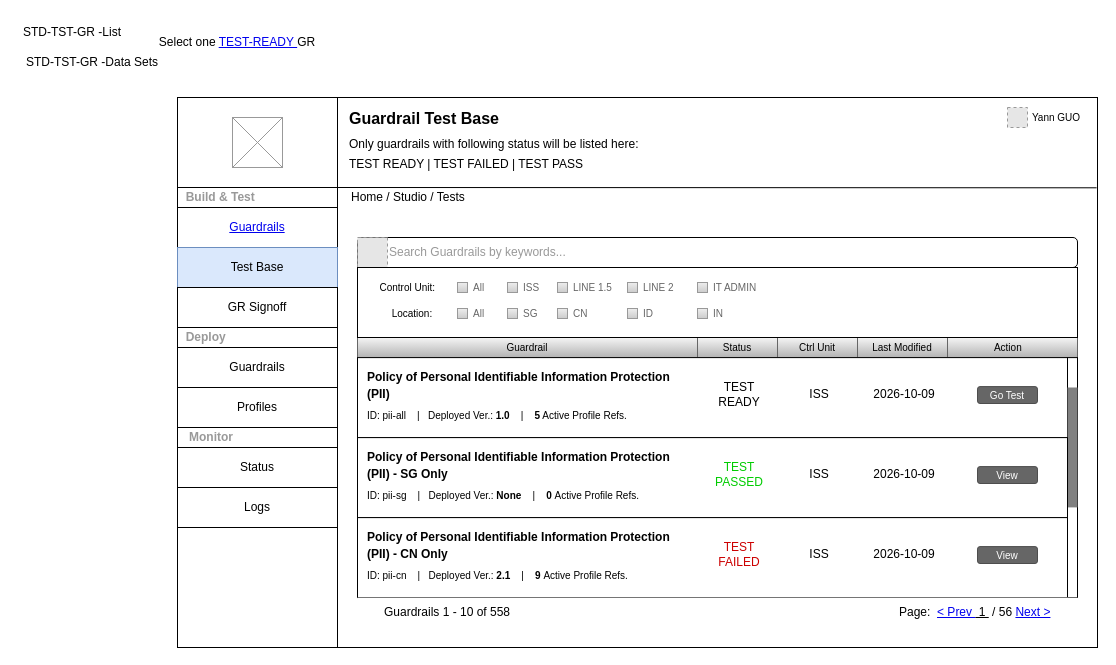
Earlier version of the draw.io diagram page "ST-TST-GR-Index" (5 of 13) of NMGR.drawio (thinker-g/fx-drive). Source tidied: cells renumbered, new cells numbered last; positions are measured from the earlier drawing's top-left corner, leaving out a move shared by most shapes. Both pictures are drawn from the tidied source at 100%, with x=0, y=0 at pixel (17, 17). Pictures stored in the file or linked from it are replaced by grey dashed boxes.
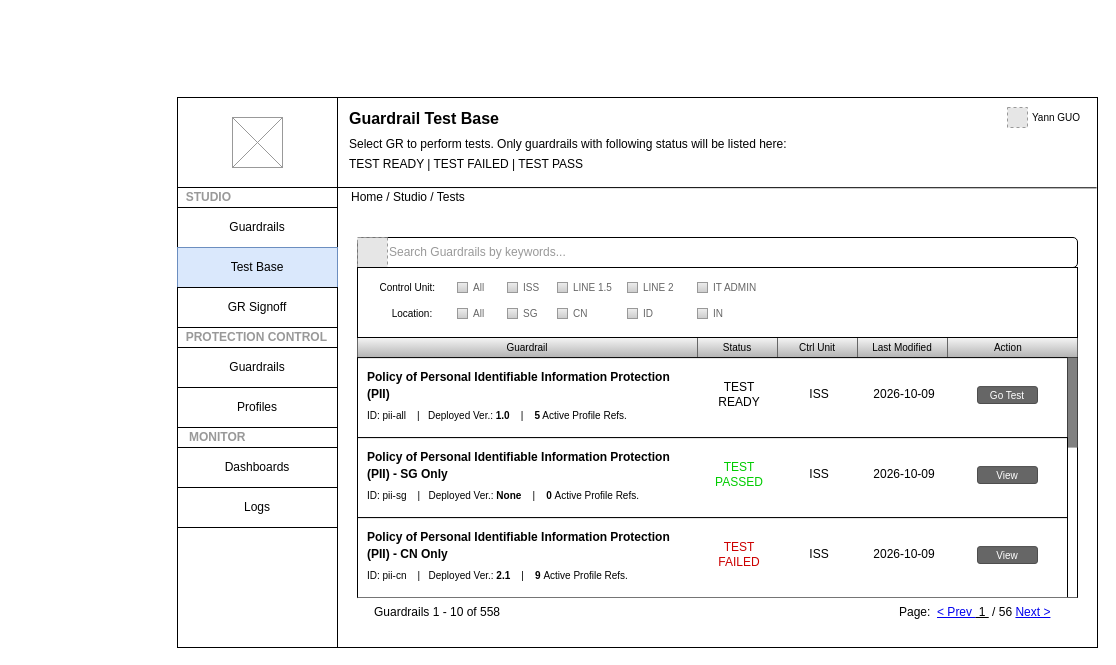
The same diagram, later.

The change refers to these unchanged cells:
```xml
<mxCell id="29" style="group;" parent="1" vertex="1">
  <mxGeometry x="1050" y="340.1" width="10" height="239.9" as="geometry" />
</mxCell>
<mxCell id="46" style="group;" parent="1" vertex="1">
  <mxGeometry x="340" y="580.1" width="720" height="30" as="geometry" />
</mxCell>
```

Change to the diagram source:
```diff
@@
-    <mxCell id="2" value="STD-TST-GR -List" style="text;html=1;whiteSpace=wrap;strokeColor=none;fillColor=none;align=center;verticalAlign=middle;rounded=0;" parent="1" vertex="1">
-      <mxGeometry width="110" height="30" as="geometry" />
-    </mxCell>
-    <mxCell id="3" value="STD-TST-GR -Data Sets" style="text;html=1;whiteSpace=wrap;strokeColor=none;fillColor=none;align=center;verticalAlign=middle;rounded=0;" parent="1" vertex="1">
-      <mxGeometry y="30" width="150" height="30" as="geometry" />
-    </mxCell>
-    <mxCell id="4" value="Select one &lt;a href=&quot;data:page/id,MXs0ikLL5w5tmCtV6gTD&quot;&gt;TEST-READY &lt;/a&gt;GR" style="text;html=1;whiteSpace=wrap;strokeColor=none;fillColor=none;align=center;verticalAlign=middle;rounded=0;" parent="1" vertex="1">
-      <mxGeometry x="140" y="10" width="160" height="30" as="geometry" />
-    </mxCell>
@@
-    <mxCell id="8" value="&lt;h1 style=&quot;margin-top: 0px; margin-bottom: 0px;&quot;&gt;&lt;span style=&quot;font-size: 16px;&quot;&gt;Guardrail Test Base&lt;/span&gt;&lt;/h1&gt;&lt;p style=&quot;margin-bottom: 6px; margin-top: 6px;&quot;&gt;Only guardrails with following status will be listed here:&lt;/p&gt;&lt;p style=&quot;margin-bottom: 6px; margin-top: 6px;&quot;&gt;TEST READY | TEST FAILED | TEST PASS&lt;/p&gt;" style="text;html=1;whiteSpace=wrap;overflow=hidden;rounded=0;spacing=0;spacingLeft=12;" parent="1" vertex="1">
+    <mxCell id="8" value="&lt;h1 style=&quot;margin-top: 0px; margin-bottom: 0px;&quot;&gt;&lt;span style=&quot;font-size: 16px;&quot;&gt;Guardrail Test Base&lt;/span&gt;&lt;/h1&gt;&lt;p style=&quot;margin-bottom: 6px; margin-top: 6px;&quot;&gt;Select GR to perform tests. Only guardrails with following status will be listed here:&lt;/p&gt;&lt;p style=&quot;margin-bottom: 6px; margin-top: 6px;&quot;&gt;TEST READY | TEST FAILED | TEST PASS&lt;/p&gt;" style="text;html=1;whiteSpace=wrap;overflow=hidden;rounded=0;spacing=0;spacingLeft=12;" parent="1" vertex="1">
       <mxGeometry x="320" y="80" width="760" height="90" as="geometry" />
     </mxCell>
@@
     <mxCell id="31" style="rounded=0;whiteSpace=wrap;html=1;strokeColor=none;fillStyle=auto;gradientColor=none;gradientDirection=radial;fillColor=light-dark(#808080,#999999);" parent="29" vertex="1">
-      <mxGeometry y="29.9" width="10" height="119.9" as="geometry" />
+      <mxGeometry width="10" height="90" as="geometry" />
     </mxCell>
@@
     <mxCell id="49" value="&lt;div style=&quot;&quot;&gt;&lt;span style=&quot;background-color: transparent; color: light-dark(rgb(0, 0, 0), rgb(255, 255, 255));&quot;&gt;Guardrails 1 - 10 of 558&lt;/span&gt;&lt;/div&gt;" style="text;whiteSpace=wrap;html=1;verticalAlign=middle;align=center;" parent="46" vertex="1">
-      <mxGeometry width="180" height="30" as="geometry" />
+      <mxGeometry width="160" height="30" as="geometry" />
     </mxCell>
@@
-    <mxCell id="64" value="&amp;nbsp; &amp;nbsp;Monitor" style="rounded=0;whiteSpace=wrap;html=1;align=left;fontColor=#999999;fontStyle=1;" parent="1" vertex="1">
-      <mxGeometry x="160" y="410" width="160" height="20" as="geometry" />
-    </mxCell>
-    <mxCell id="65" value="&amp;nbsp; Deploy" style="rounded=0;whiteSpace=wrap;html=1;align=left;fontColor=#999999;fontStyle=1;" parent="1" vertex="1">
-      <mxGeometry x="160" y="310" width="160" height="20" as="geometry" />
-    </mxCell>
-    <mxCell id="66" value="&amp;nbsp; Build &amp;amp; Test" style="rounded=0;whiteSpace=wrap;html=1;align=left;fontColor=#999999;fontStyle=1;" parent="1" vertex="1">
-      <mxGeometry x="160" y="170" width="160" height="20" as="geometry" />
-    </mxCell>
+    <mxCell id="74" value="Home / Studio / Tests" style="fillColor=none;strokeColor=none;html=1;fontColor=#000000;align=left;verticalAlign=middle;whiteSpace=wrap;fontSize=12;fontStyle=0;spacingLeft=12;" parent="1" vertex="1">
+      <mxGeometry x="320" y="170" width="360" height="20" as="geometry" />
+    </mxCell>
+    <mxCell id="75" value="&amp;nbsp; &amp;nbsp;MONITOR" style="rounded=0;whiteSpace=wrap;html=1;align=left;fontColor=#999999;fontStyle=1;" parent="1" vertex="1">
+      <mxGeometry x="160" y="410" width="160" height="20" as="geometry" />
+    </mxCell>
+    <mxCell id="76" value="&amp;nbsp; PROTECTION CONTROL" style="rounded=0;whiteSpace=wrap;html=1;align=left;fontColor=#999999;fontStyle=1;" parent="1" vertex="1">
+      <mxGeometry x="160" y="310" width="160" height="20" as="geometry" />
+    </mxCell>
+    <mxCell id="77" value="&amp;nbsp; STUDIO" style="rounded=0;whiteSpace=wrap;html=1;align=left;fontColor=#999999;fontStyle=1;" parent="1" vertex="1">
+      <mxGeometry x="160" y="170" width="160" height="20" as="geometry" />
+    </mxCell>
-    <mxCell id="67" value="&lt;a href=&quot;data:page/id,yebuwNgzDiYvD9_1hgRV&quot;&gt;Guardrails&lt;/a&gt;" style="rounded=0;whiteSpace=wrap;html=1;" parent="1" vertex="1">
+    <mxCell id="67" value="Guardrails" style="rounded=0;whiteSpace=wrap;html=1;" parent="1" vertex="1">
       <mxGeometry x="160" y="190" width="160" height="40" as="geometry" />
     </mxCell>
@@
-    <mxCell id="71" value="Status" style="rounded=0;whiteSpace=wrap;html=1;" parent="1" vertex="1">
-      <mxGeometry x="160" y="430" width="160" height="40" as="geometry" />
-    </mxCell>
+    <mxCell id="78" value="Dashboards" style="rounded=0;whiteSpace=wrap;html=1;" parent="1" vertex="1">
+      <mxGeometry x="160" y="430" width="160" height="40" as="geometry" />
+    </mxCell>
@@
-    <mxCell id="74" value="Home / Studio / Tests" style="fillColor=none;strokeColor=none;html=1;fontColor=#000000;align=left;verticalAlign=middle;whiteSpace=wrap;fontSize=12;fontStyle=0;spacingLeft=12;" parent="1" vertex="1">
-      <mxGeometry x="320" y="170" width="360" height="20" as="geometry" />
-    </mxCell>
```
